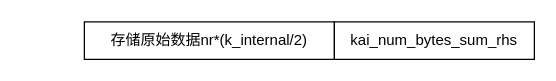
Earlier version of the draw.io diagram ARM/kleidiAI.drawio (mailonghua/drawio). Source tidied: cells renumbered, new cells numbered last; positions are measured from the earlier drawing's top-left corner, leaving out a move shared by most shapes. Both pictures are drawn from the tidied source at 125%, with x=0, y=0 at pixel (84, 21).
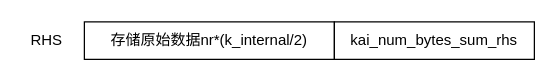
The same page after the edit.

Diff of the diagram source:
```diff
@@
 <mxGraphModel>
   <root>
     <mxCell id="0" />
     <mxCell id="1" parent="0" />
     <mxCell id="2" value="存储原始数据nr*(k_internal/2)" style="rounded=0;whiteSpace=wrap;html=1;" parent="1" vertex="1">
       <mxGeometry width="200" height="30" as="geometry" />
     </mxCell>
     <mxCell id="3" value="kai_num_bytes_sum_rhs" style="rounded=0;whiteSpace=wrap;html=1;" parent="1" vertex="1">
       <mxGeometry x="200" width="160" height="30" as="geometry" />
     </mxCell>
+    <mxCell id="4" value="RHS" style="text;strokeColor=none;align=center;fillColor=none;html=1;verticalAlign=middle;whiteSpace=wrap;rounded=0;" parent="1" vertex="1">
+      <mxGeometry x="-50" width="40" height="30" as="geometry" />
+    </mxCell>
   </root>
 </mxGraphModel>
```
